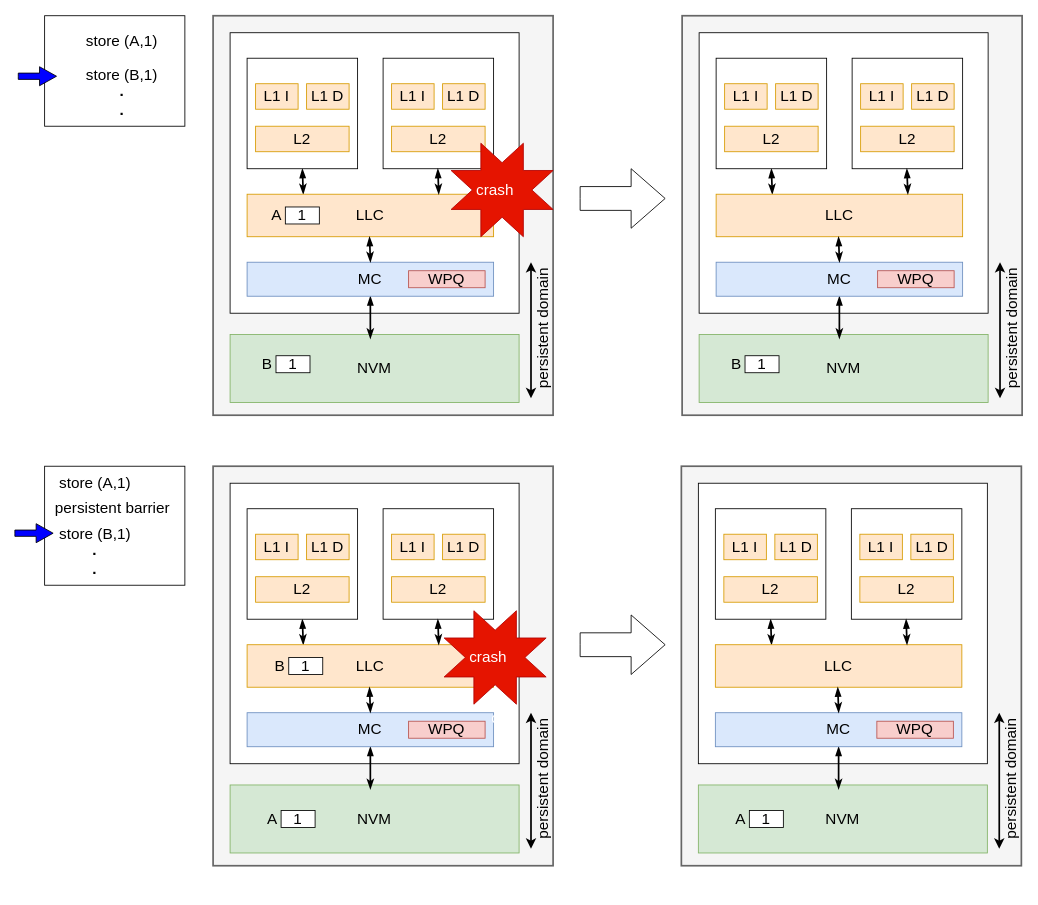
Above: arch_diagram.drawio in arunkp1986/CAR3S (draw.io), before the change. Source tidied: cells renumbered, new cells numbered last; positions are measured from the earlier drawing's top-left corner, leaving out a move shared by most shapes. Both pictures are drawn from the tidied source at 85%, with x=0, y=0 at pixel (14, 15).
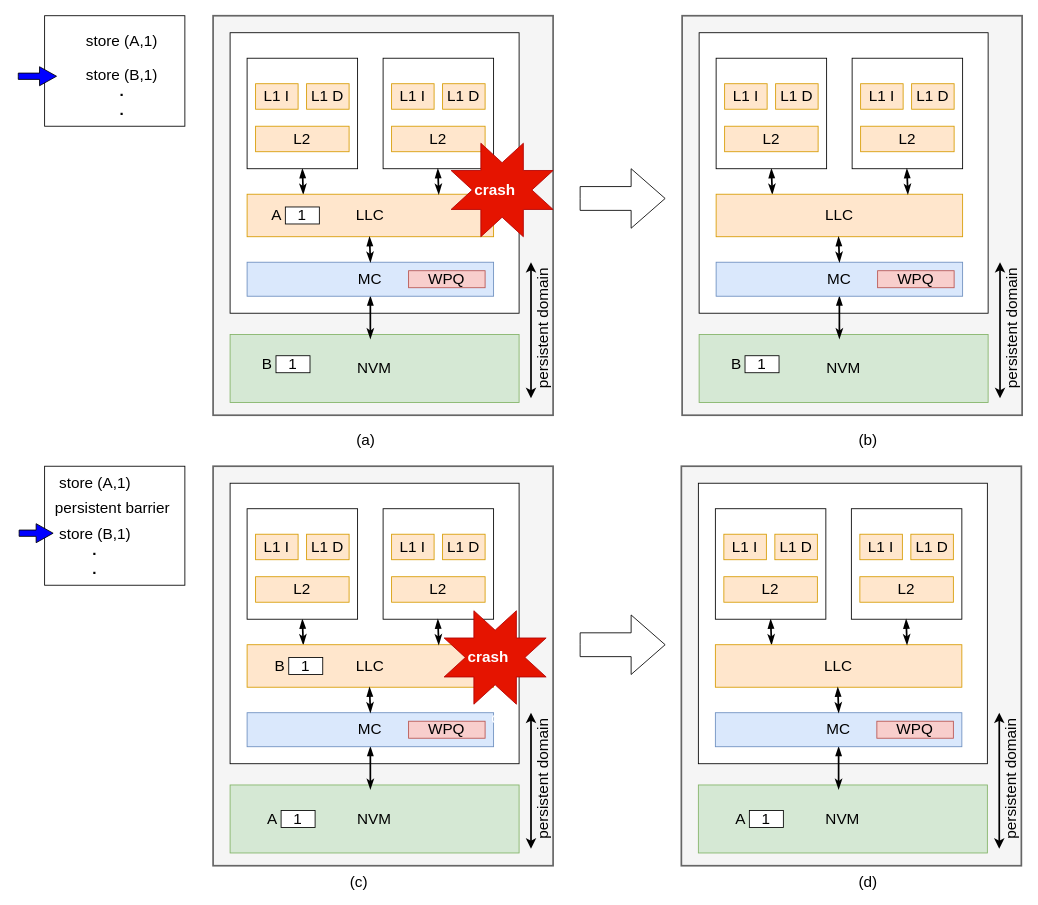
Above is the later version.

The edit, as a diff of the source:
```diff
@@
-    <mxCell id="77" value="crash" style="text;html=1;strokeColor=none;fillColor=none;align=center;verticalAlign=middle;whiteSpace=wrap;rounded=0;fontSize=18;fontColor=#FFFFFF;" parent="1" vertex="1">
+    <mxCell id="77" value="crash" style="text;html=1;strokeColor=none;fillColor=none;align=center;verticalAlign=middle;whiteSpace=wrap;rounded=0;fontSize=18;fontColor=#FFFFFF;fontStyle=1;" parent="1" vertex="1">
       <mxGeometry x="545" y="195" width="40" height="20" as="geometry" />
     </mxCell>
@@
-    <mxCell id="106" value="crash" style="text;html=1;strokeColor=none;fillColor=none;align=center;verticalAlign=middle;whiteSpace=wrap;rounded=0;fontSize=18;fontColor=#FFFFFF;" parent="1" vertex="1">
+    <mxCell id="106" value="crash" style="text;html=1;strokeColor=none;fillColor=none;align=center;verticalAlign=middle;whiteSpace=wrap;rounded=0;fontSize=18;fontColor=#FFFFFF;fontStyle=1;" parent="1" vertex="1">
       <mxGeometry x="536.8" y="745" width="40" height="20" as="geometry" />
     </mxCell>
@@
     <mxCell id="110" style="html=1;shadow=0;dashed=0;align=center;verticalAlign=middle;shape=mxgraph.arrows2.arrow;dy=0.67;dx=20;notch=0;fontSize=18;fontColor=#FFFFFF;fillColor=#0000FF;" parent="1" vertex="1">
-      <mxGeometry y="597.6" width="45" height="22.4" as="geometry" />
+      <mxGeometry x="5" y="597.6" width="40" height="22.4" as="geometry" />
     </mxCell>
+    <mxCell id="111" value="(a)" style="text;html=1;strokeColor=none;fillColor=none;align=center;verticalAlign=middle;whiteSpace=wrap;rounded=0;fontSize=18;" parent="1" vertex="1">
+      <mxGeometry x="393.2" y="490" width="40" height="20" as="geometry" />
+    </mxCell>
+    <mxCell id="112" value="(b)" style="text;html=1;strokeColor=none;fillColor=none;align=center;verticalAlign=middle;whiteSpace=wrap;rounded=0;fontSize=18;" parent="1" vertex="1">
+      <mxGeometry x="984.1" y="490" width="40" height="20" as="geometry" />
+    </mxCell>
+    <mxCell id="113" value="(c)" style="text;html=1;strokeColor=none;fillColor=none;align=center;verticalAlign=middle;whiteSpace=wrap;rounded=0;fontSize=18;" parent="1" vertex="1">
+      <mxGeometry x="385" y="1009" width="40" height="20" as="geometry" />
+    </mxCell>
+    <mxCell id="114" value="(d)" style="text;html=1;strokeColor=none;fillColor=none;align=center;verticalAlign=middle;whiteSpace=wrap;rounded=0;fontSize=18;" parent="1" vertex="1">
+      <mxGeometry x="984.1" y="1009" width="40" height="20" as="geometry" />
+    </mxCell>
```
